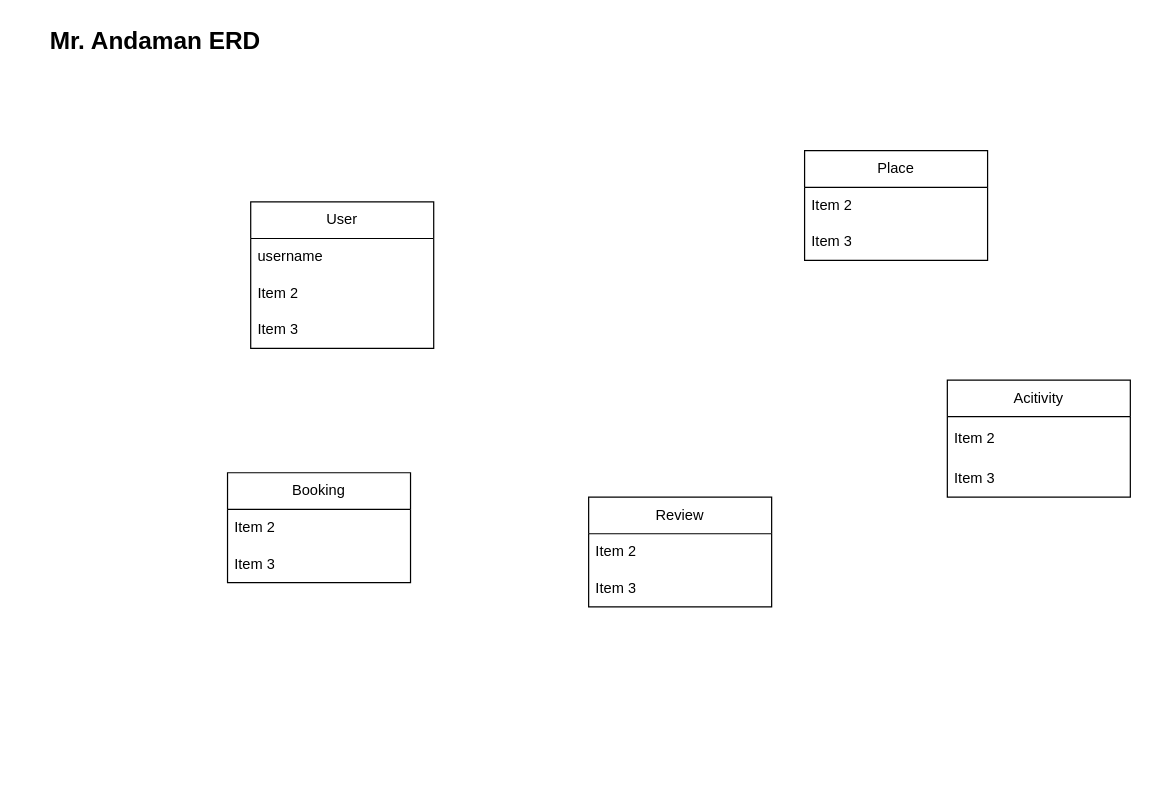
Earlier version of the draw.io diagram mr-andamam-ERD.drawio (thesun7385/Mr.-Andaman). Source tidied: cells renumbered, new cells numbered last; positions are measured from the earlier drawing's top-left corner, leaving out a move shared by most shapes. Both pictures are drawn from the tidied source at 122%, with x=0, y=0 at pixel (21, 21).
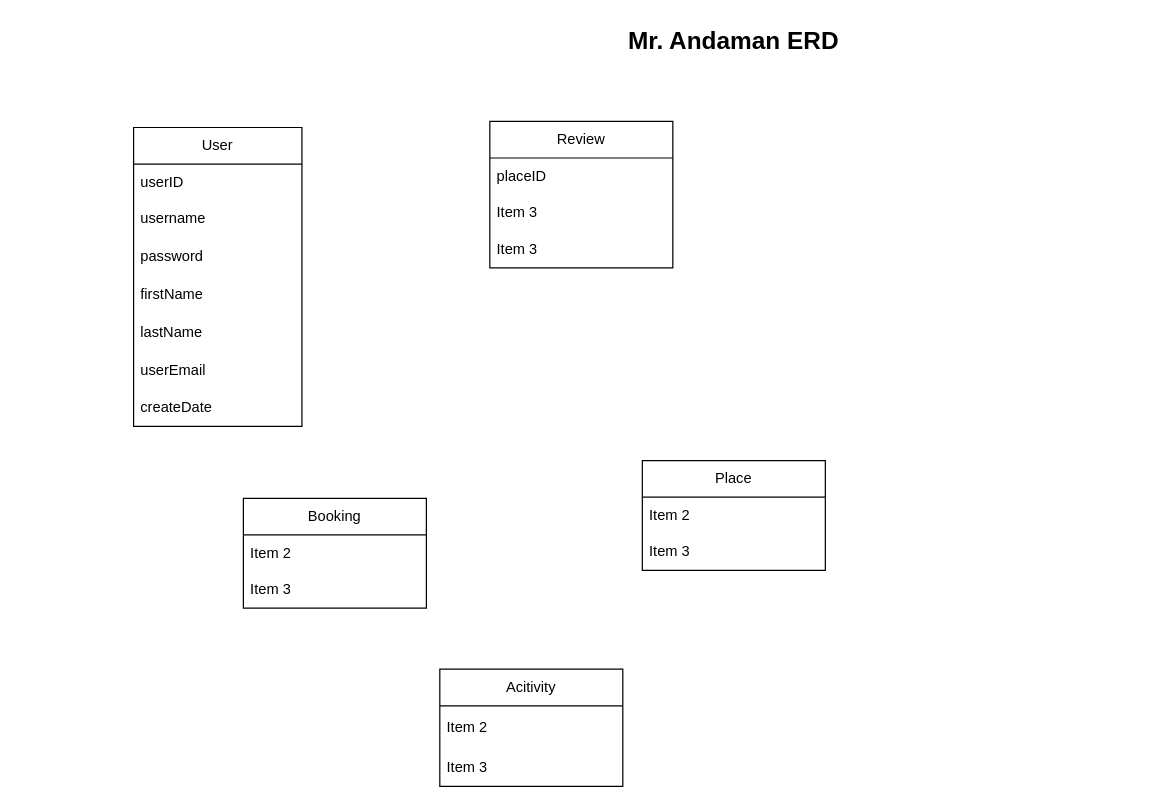
Above is the later version.

What changed in the source:
```diff
@@
     <mxCell id="2" value="User" style="swimlane;fontStyle=0;horizontal=1;startSize=30;whiteSpace=wrap;html=1;" parent="1" vertex="1">
-      <mxGeometry x="188" y="148" width="150" height="120" as="geometry" />
+      <mxGeometry x="92" y="87" width="138" height="245" as="geometry" />
     </mxCell>
-    <mxCell id="3" value="username" style="text;strokeColor=none;fillColor=none;align=left;verticalAlign=middle;spacingLeft=4;spacingRight=4;overflow=hidden;whiteSpace=wrap;html=1;" parent="2" vertex="1">
-      <mxGeometry y="30" width="150" height="30" as="geometry" />
+    <mxCell id="3" value="userID" style="text;strokeColor=none;fillColor=none;align=left;verticalAlign=middle;spacingLeft=4;spacingRight=4;overflow=hidden;whiteSpace=wrap;html=1;" parent="2" vertex="1">
+      <mxGeometry y="30" width="138" height="30" as="geometry" />
     </mxCell>
-    <mxCell id="4" value="Item 2" style="text;strokeColor=none;fillColor=none;align=left;verticalAlign=middle;spacingLeft=4;spacingRight=4;overflow=hidden;whiteSpace=wrap;html=1;" parent="2" vertex="1">
-      <mxGeometry y="60" width="150" height="30" as="geometry" />
+    <mxCell id="4" value="username" style="text;strokeColor=none;fillColor=none;align=left;verticalAlign=middle;spacingLeft=4;spacingRight=4;overflow=hidden;whiteSpace=wrap;html=1;" parent="2" vertex="1">
+      <mxGeometry y="60" width="138" height="30" as="geometry" />
     </mxCell>
-    <mxCell id="5" value="Item 3" style="text;strokeColor=none;fillColor=none;align=left;verticalAlign=middle;spacingLeft=4;spacingRight=4;overflow=hidden;whiteSpace=wrap;html=1;" parent="2" vertex="1">
-      <mxGeometry y="90" width="150" height="30" as="geometry" />
+    <mxCell id="5" value="password" style="text;strokeColor=none;fillColor=none;align=left;verticalAlign=middle;spacingLeft=4;spacingRight=4;overflow=hidden;whiteSpace=wrap;html=1;" parent="2" vertex="1">
+      <mxGeometry y="90" width="138" height="31" as="geometry" />
     </mxCell>
+    <mxCell id="23" value="firstName" style="text;strokeColor=none;fillColor=none;align=left;verticalAlign=middle;spacingLeft=4;spacingRight=4;overflow=hidden;whiteSpace=wrap;html=1;" parent="2" vertex="1">
+      <mxGeometry y="121" width="138" height="31" as="geometry" />
+    </mxCell>
+    <mxCell id="24" value="lastName" style="text;strokeColor=none;fillColor=none;align=left;verticalAlign=middle;spacingLeft=4;spacingRight=4;overflow=hidden;whiteSpace=wrap;html=1;" parent="2" vertex="1">
+      <mxGeometry y="152" width="138" height="31" as="geometry" />
+    </mxCell>
+    <mxCell id="25" value="userEmail" style="text;strokeColor=none;fillColor=none;align=left;verticalAlign=middle;spacingLeft=4;spacingRight=4;overflow=hidden;whiteSpace=wrap;html=1;" parent="2" vertex="1">
+      <mxGeometry y="183" width="138" height="31" as="geometry" />
+    </mxCell>
+    <mxCell id="26" value="createDate" style="text;strokeColor=none;fillColor=none;align=left;verticalAlign=middle;spacingLeft=4;spacingRight=4;overflow=hidden;whiteSpace=wrap;html=1;" parent="2" vertex="1">
+      <mxGeometry y="214" width="138" height="31" as="geometry" />
+    </mxCell>
     <mxCell id="6" value="&lt;font style=&quot;font-size: 20px;&quot;&gt;Mr. Andaman ERD&lt;/font&gt;" style="text;html=1;align=center;verticalAlign=middle;whiteSpace=wrap;rounded=0;fontStyle=1;" parent="1" vertex="1">
-      <mxGeometry width="220" height="30" as="geometry" />
+      <mxGeometry x="474" width="220" height="30" as="geometry" />
     </mxCell>
     <mxCell id="7" value="Place" style="swimlane;fontStyle=0;horizontal=1;startSize=30;whiteSpace=wrap;html=1;" parent="1" vertex="1">
-      <mxGeometry x="642" y="106" width="150" height="90" as="geometry" />
+      <mxGeometry x="509" y="360" width="150" height="90" as="geometry" />
     </mxCell>
@@
     <mxCell id="11" value="Acitivity" style="swimlane;fontStyle=0;horizontal=1;startSize=30;whiteSpace=wrap;html=1;" parent="1" vertex="1">
-      <mxGeometry x="759" y="294" width="150" height="96" as="geometry" />
+      <mxGeometry x="343" y="531" width="150" height="96" as="geometry" />
     </mxCell>
@@
     <mxCell id="15" value="Booking" style="swimlane;fontStyle=0;horizontal=1;startSize=30;whiteSpace=wrap;html=1;" parent="1" vertex="1">
-      <mxGeometry x="169" y="370" width="150" height="90" as="geometry" />
+      <mxGeometry x="182" y="391" width="150" height="90" as="geometry" />
     </mxCell>
@@
     <mxCell id="19" value="Review" style="swimlane;fontStyle=0;horizontal=1;startSize=30;whiteSpace=wrap;html=1;" parent="1" vertex="1">
-      <mxGeometry x="465" y="390" width="150" height="90" as="geometry" />
+      <mxGeometry x="384" y="82" width="150" height="120" as="geometry" />
     </mxCell>
-    <mxCell id="20" value="Item 2" style="text;strokeColor=none;fillColor=none;align=left;verticalAlign=middle;spacingLeft=4;spacingRight=4;overflow=hidden;whiteSpace=wrap;html=1;" parent="19" vertex="1">
+    <mxCell id="20" value="placeID" style="text;strokeColor=none;fillColor=none;align=left;verticalAlign=middle;spacingLeft=4;spacingRight=4;overflow=hidden;whiteSpace=wrap;html=1;" parent="19" vertex="1">
       <mxGeometry y="30" width="150" height="30" as="geometry" />
     </mxCell>
@@
+    <mxCell id="27" value="Item 3" style="text;strokeColor=none;fillColor=none;align=left;verticalAlign=middle;spacingLeft=4;spacingRight=4;overflow=hidden;whiteSpace=wrap;html=1;" parent="19" vertex="1">
+      <mxGeometry y="90" width="150" height="30" as="geometry" />
+    </mxCell>
```
